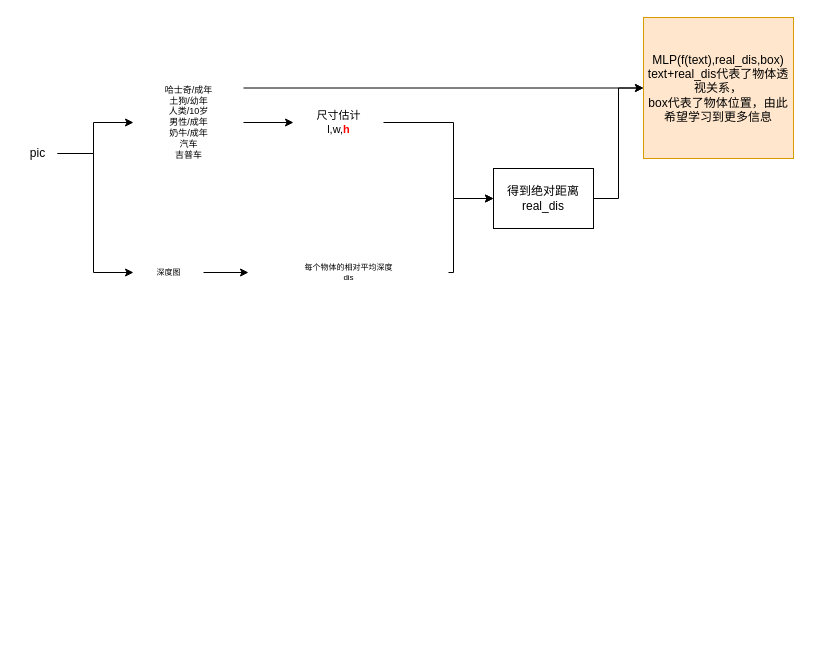
Earlier version of the draw.io diagram DigitalImageProcessing/gligen-透视关系问题分析.drawio (baizhu0414/Diagrams). Source tidied: cells renumbered, new cells numbered last; positions are measured from the earlier drawing's top-left corner, leaving out a move shared by most shapes. Both pictures are drawn from the tidied source at 100%, with x=0, y=0 at pixel (17, 17).
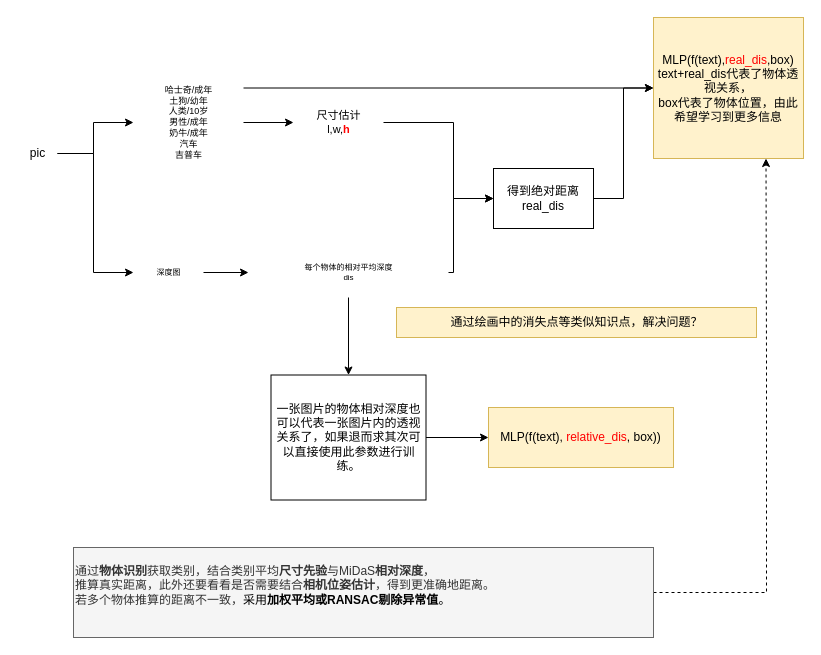
After the change.

Commit message:
更新gligen-透视关系问题分析.drawio

The change refers to these unchanged cells:
```xml
<mxCell id="13" value="每个物体的相对平均深度&lt;div&gt;dis&lt;/div&gt;" style="text;html=1;align=center;verticalAlign=middle;points=[];strokeColor=none;fillColor=none;fontSize=8;" parent="1" vertex="1">
  <mxGeometry x="231" y="230" width="200" height="50" as="geometry" />
</mxCell>
```

What changed in the source:
```diff
@@
+    <mxCell id="17" style="edgeStyle=orthogonalEdgeStyle;rounded=0;jettySize=auto;html=1;" parent="1" edge="1" source="13" target="19">
+      <mxGeometry relative="1" as="geometry" />
+    </mxCell>
@@
-    <mxCell id="16" value="MLP(f(text),real_dis,box)&lt;div&gt;text+real_dis代表了物体透视关系，&lt;/div&gt;&lt;div&gt;box代表了物体位置，由此希望学习到更多信息&lt;/div&gt;" style="whiteSpace=wrap;html=1;fillColor=#ffe6cc;strokeColor=#d79b00;" parent="1" vertex="1">
-      <mxGeometry x="626" width="150" height="141" as="geometry" />
+    <mxCell id="16" value="MLP(f(text),&lt;font style=&quot;color: rgb(255, 0, 0);&quot;&gt;real_dis&lt;/font&gt;,box)&lt;div&gt;text+real_dis代表了物体透视关系，&lt;/div&gt;&lt;div&gt;box代表了物体位置，由此希望学习到更多信息&lt;/div&gt;" style="whiteSpace=wrap;html=1;fillColor=#fff2cc;strokeColor=#d6b656;" parent="1" vertex="1">
+      <mxGeometry x="636" width="150" height="141" as="geometry" />
     </mxCell>
+    <mxCell id="18" style="edgeStyle=orthogonalEdgeStyle;rounded=0;jettySize=auto;html=1;" parent="1" edge="1" source="19" target="20">
+      <mxGeometry relative="1" as="geometry" />
+    </mxCell>
+    <mxCell id="19" value="一张图片的物体相对深度也可以代表一张图片内的透视关系了，如果退而求其次可以直接使用此参数进行训练。" style="whiteSpace=wrap;html=1;" parent="1" vertex="1">
+      <mxGeometry x="253.5" y="357.5" width="155" height="125" as="geometry" />
+    </mxCell>
+    <mxCell id="20" value="MLP(f(text), &lt;font style=&quot;color: rgb(255, 0, 0);&quot;&gt;relative_dis&lt;/font&gt;, box))" style="whiteSpace=wrap;html=1;fillColor=#fff2cc;strokeColor=#d6b656;" parent="1" vertex="1">
+      <mxGeometry x="471" y="390" width="185" height="60" as="geometry" />
+    </mxCell>
+    <mxCell id="21" value="通过绘画中的消失点等类似知识点，解决问题？" style="text;html=1;align=center;verticalAlign=middle;strokeColor=#d6b656;fillColor=#fff2cc;" parent="1" vertex="1">
+      <mxGeometry x="379" y="290" width="360" height="30" as="geometry" />
+    </mxCell>
+    <mxCell id="22" style="edgeStyle=orthogonalEdgeStyle;rounded=0;jettySize=auto;html=1;entryX=0.75;entryY=1;entryDx=0;entryDy=0;dashed=1;" parent="1" edge="1" source="23" target="16">
+      <mxGeometry relative="1" as="geometry">
+        <Array as="points">
+          <mxPoint x="749" y="575" />
+          <mxPoint x="749" y="341" />
+        </Array>
+      </mxGeometry>
+    </mxCell>
+    <mxCell id="23" value="通过&lt;b&gt;物体识别&lt;/b&gt;获取类别，结合类别平均&lt;b&gt;尺寸先验&lt;/b&gt;与MiDaS&lt;b&gt;相对深度&lt;/b&gt;，&lt;div&gt;推算真实距离，此外还要看看是否需要结合&lt;b&gt;相机位姿估计&lt;/b&gt;，得到更准确地距离。&lt;/div&gt;&lt;div&gt;若多个物体推算的距离不一致，&lt;span style=&quot;background-color: transparent; color: light-dark(rgb(0, 0, 0), rgb(255, 255, 255));&quot;&gt;采用&lt;b&gt;加权平均或RANSAC剔除异常值&lt;/b&gt;。&lt;/span&gt;&lt;/div&gt;&lt;div&gt;&lt;span style=&quot;background-color: transparent; color: light-dark(rgb(0, 0, 0), rgb(255, 255, 255));&quot;&gt;&lt;br&gt;&lt;/span&gt;&lt;/div&gt;" style="text;html=1;align=left;verticalAlign=middle;points=[];strokeColor=#666666;fillColor=#f5f5f5;fontColor=#333333;" parent="1" vertex="1">
+      <mxGeometry x="56" y="530" width="580" height="90" as="geometry" />
+    </mxCell>
```
